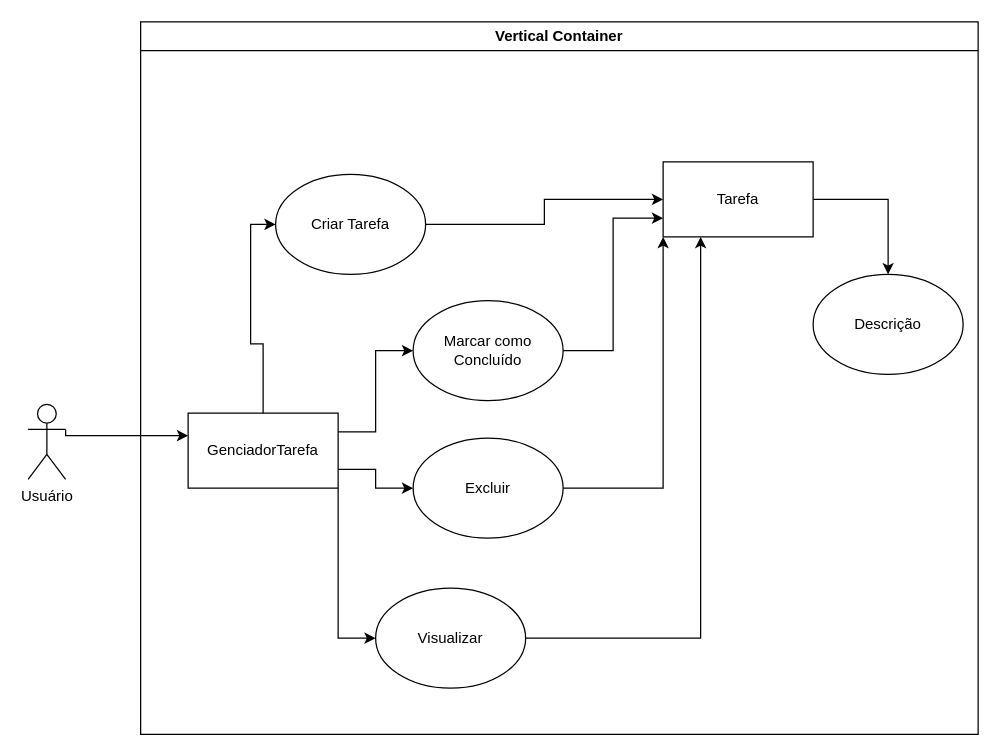
Above: UML.drawio in rayenealmeida/gerenciador_de_tarefas (draw.io), before the change. Source tidied: cells renumbered, new cells numbered last; positions are measured from the earlier drawing's top-left corner, leaving out a move shared by most shapes. Both pictures are drawn from the tidied source at 125%, with x=0, y=0 at pixel (28, 21).
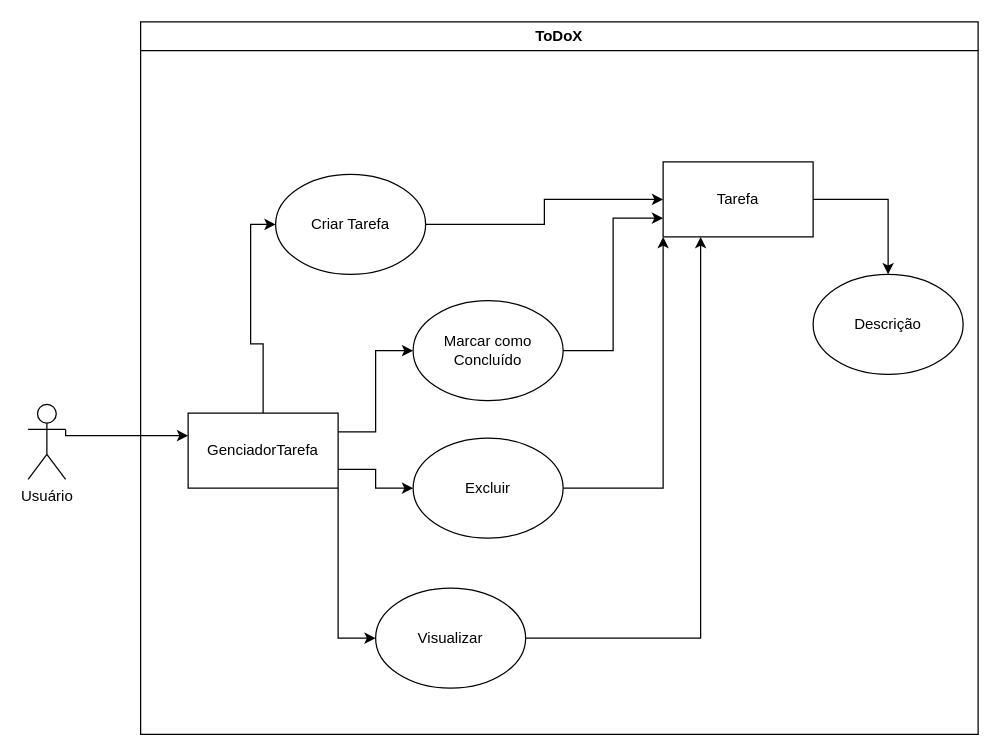
The same page after the edit.

What changed in the source:
```diff
@@
-    <mxCell id="4" value="Vertical Container" style="swimlane;whiteSpace=wrap;html=1;" parent="1" vertex="1">
+    <mxCell id="4" value="ToDoX" style="swimlane;whiteSpace=wrap;html=1;" parent="1" vertex="1">
       <mxGeometry x="90" width="670" height="570" as="geometry" />
     </mxCell>
```
